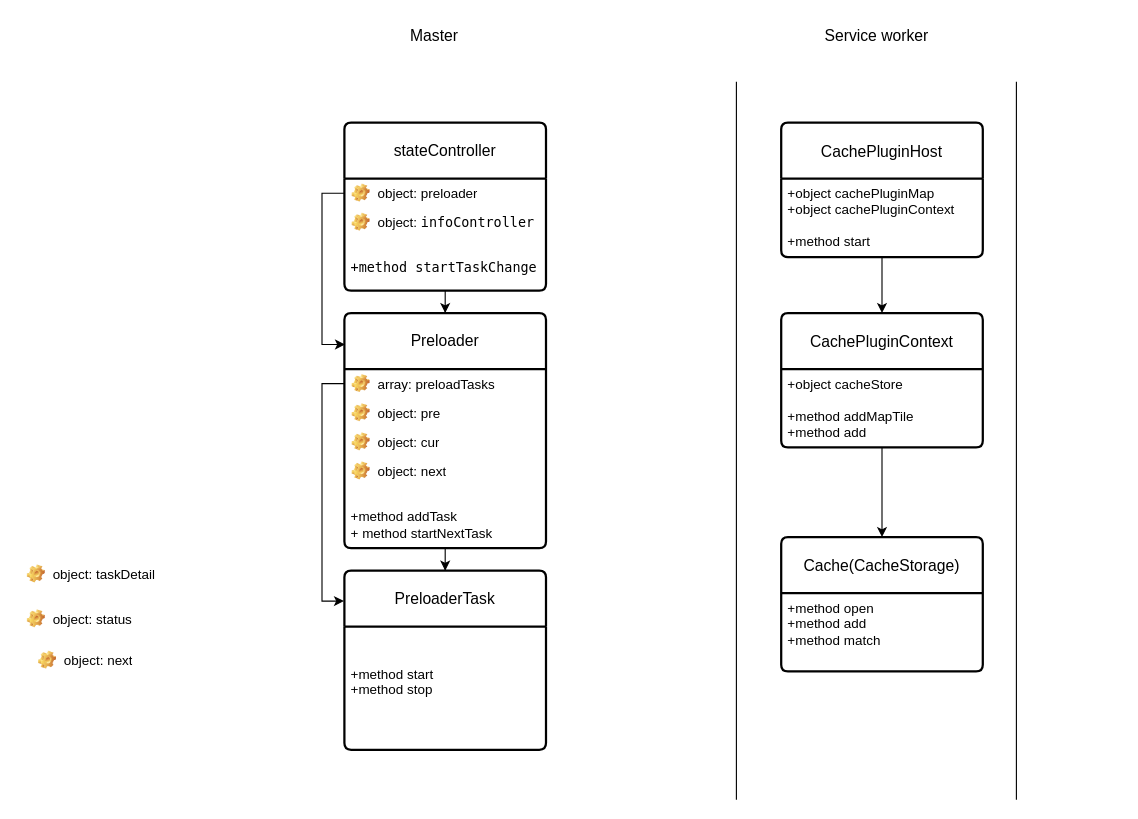
Before: 预加载梳理.drawio in chaijinsong/draw.io, a draw.io diagram. Source tidied: cells renumbered, new cells numbered last; positions are measured from the earlier drawing's top-left corner, leaving out a move shared by most shapes. Both pictures are drawn from the tidied source at 112%, with x=0, y=0 at pixel (19, 19).
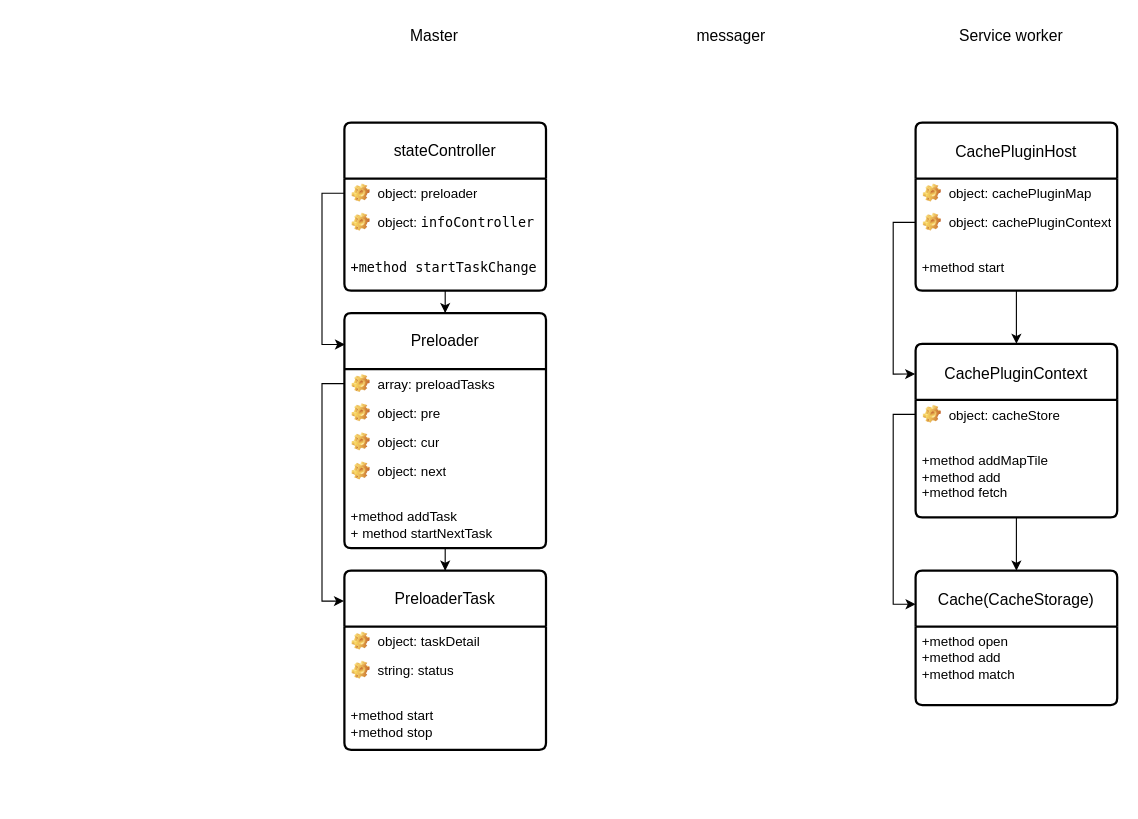
After the change.

Commit message:
更新预加载梳理.drawio

The change refers to these unchanged cells:
```xml
<mxCell id="15" value="PreloaderTask" style="swimlane;horizontal=1;startSize=50;rounded=1;fontSize=14;fontStyle=0;strokeWidth=2;shadow=0;dashed=0;align=center;arcSize=4;whiteSpace=wrap;html=1;" parent="1" vertex="1">
  <mxGeometry x="290" y="492" width="180" height="160" as="geometry" />
</mxCell>
```

Diff of the diagram source:
```diff
@@
-    <mxCell id="2" style="shape=partialRectangle;whiteSpace=wrap;html=1;top=0;bottom=0;fillColor=none;" parent="1" vertex="1">
-      <mxGeometry x="640" y="56" width="250" height="640" as="geometry" />
-    </mxCell>
@@
+    <mxCell id="29" value="&lt;span style=&quot;white-space: pre;&quot;&gt;object: taskDetail&lt;/span&gt;" style="label;fontStyle=0;strokeColor=none;fillColor=none;align=left;verticalAlign=top;overflow=hidden;spacingLeft=28;spacingRight=4;imageWidth=16;imageHeight=16;whiteSpace=wrap;html=1;image=img/clipart/Gear_128x128.png;" parent="15" vertex="1">
+      <mxGeometry y="50" width="180" height="26" as="geometry" />
+    </mxCell>
+    <mxCell id="30" value="&lt;span style=&quot;white-space: pre;&quot;&gt;string: status&lt;/span&gt;" style="label;fontStyle=0;strokeColor=none;fillColor=none;align=left;verticalAlign=top;overflow=hidden;spacingLeft=28;spacingRight=4;imageWidth=16;imageHeight=16;whiteSpace=wrap;html=1;image=img/clipart/Gear_128x128.png;" parent="15" vertex="1">
+      <mxGeometry y="76" width="180" height="26" as="geometry" />
+    </mxCell>
-    <mxCell id="16" value="&lt;br&gt;&lt;div&gt;&lt;br&gt;&lt;/div&gt;&lt;div&gt;+method start&lt;/div&gt;&lt;div&gt;+method stop&lt;/div&gt;" style="align=left;strokeColor=none;fillColor=none;spacingLeft=4;fontSize=12;verticalAlign=top;html=1;" parent="15" vertex="1">
-      <mxGeometry y="50" width="180" height="110" as="geometry" />
+    <mxCell id="16" value="&lt;div&gt;&lt;br&gt;&lt;/div&gt;&lt;div&gt;+method start&lt;/div&gt;&lt;div&gt;+method stop&lt;/div&gt;" style="align=left;strokeColor=none;fillColor=none;spacingLeft=4;fontSize=12;verticalAlign=top;html=1;" parent="15" vertex="1">
+      <mxGeometry y="102" width="180" height="58" as="geometry" />
     </mxCell>
@@
     <mxCell id="18" value="&lt;div style=&quot;line-height: 18px; white-space: pre;&quot;&gt;&lt;font face=&quot;Helvetica&quot; style=&quot;background-color: rgb(255, 255, 255); font-size: 14px;&quot;&gt;CachePluginHost&lt;/font&gt;&lt;/div&gt;" style="swimlane;horizontal=1;startSize=50;rounded=1;fontSize=14;fontStyle=0;strokeWidth=2;shadow=0;dashed=0;align=center;arcSize=4;whiteSpace=wrap;html=1;" parent="1" vertex="1">
-      <mxGeometry x="680" y="92" width="180" height="120" as="geometry" />
+      <mxGeometry x="800" y="92" width="180" height="150" as="geometry" />
     </mxCell>
+    <mxCell id="32" value="object:&amp;nbsp;&lt;span style=&quot;text-wrap: nowrap;&quot;&gt;cachePluginMap&lt;/span&gt;" style="label;fontStyle=0;strokeColor=none;fillColor=none;align=left;verticalAlign=top;overflow=hidden;spacingLeft=28;spacingRight=4;imageWidth=16;imageHeight=16;whiteSpace=wrap;html=1;image=img/clipart/Gear_128x128.png;" parent="18" vertex="1">
+      <mxGeometry y="50" width="180" height="26" as="geometry" />
+    </mxCell>
+    <mxCell id="33" value="object:&amp;nbsp;&lt;span style=&quot;text-wrap: nowrap;&quot;&gt;cachePluginContext&lt;/span&gt;" style="label;fontStyle=0;strokeColor=none;fillColor=none;align=left;verticalAlign=top;overflow=hidden;spacingLeft=28;spacingRight=4;points=[[0,0.5],[1,0.5]];portConstraint=eastwest;imageWidth=16;imageHeight=16;whiteSpace=wrap;html=1;image=img/clipart/Gear_128x128.png;" parent="18" vertex="1">
+      <mxGeometry y="76" width="180" height="26" as="geometry" />
+    </mxCell>
-    <mxCell id="19" value="+object cachePluginMap&lt;div&gt;+object cachePluginContext&lt;/div&gt;&lt;div&gt;&lt;br&gt;&lt;/div&gt;&lt;div&gt;+method start&lt;/div&gt;" style="align=left;strokeColor=none;fillColor=none;spacingLeft=4;fontSize=12;verticalAlign=top;html=1;" parent="18" vertex="1">
-      <mxGeometry y="50" width="180" height="70" as="geometry" />
+    <mxCell id="19" value="&lt;div&gt;&lt;br&gt;&lt;/div&gt;&lt;div&gt;+method start&lt;/div&gt;" style="align=left;strokeColor=none;fillColor=none;spacingLeft=4;fontSize=12;verticalAlign=top;html=1;" parent="18" vertex="1">
+      <mxGeometry y="102" width="180" height="48" as="geometry" />
     </mxCell>
@@
     <mxCell id="21" value="&lt;div style=&quot;line-height: 18px; white-space: pre;&quot;&gt;&lt;font face=&quot;Helvetica&quot; style=&quot;background-color: rgb(255, 255, 255); font-size: 14px;&quot;&gt;CachePluginContext&lt;/font&gt;&lt;/div&gt;" style="swimlane;horizontal=1;startSize=50;rounded=1;fontSize=14;fontStyle=0;strokeWidth=2;shadow=0;dashed=0;align=center;arcSize=4;whiteSpace=wrap;html=1;" parent="1" vertex="1">
-      <mxGeometry x="680" y="262" width="180" height="120" as="geometry" />
+      <mxGeometry x="800" y="289.5" width="180" height="155" as="geometry" />
     </mxCell>
+    <mxCell id="34" value="object:&amp;nbsp;&lt;span style=&quot;text-wrap: nowrap;&quot;&gt;cacheStore&lt;/span&gt;" style="label;fontStyle=0;strokeColor=none;fillColor=none;align=left;verticalAlign=top;overflow=hidden;spacingLeft=28;spacingRight=4;points=[[0,0.5],[1,0.5]];portConstraint=eastwest;imageWidth=16;imageHeight=16;whiteSpace=wrap;html=1;image=img/clipart/Gear_128x128.png;" parent="21" vertex="1">
+      <mxGeometry y="50" width="180" height="26" as="geometry" />
+    </mxCell>
-    <mxCell id="22" value="&lt;div&gt;+object cacheStore&lt;/div&gt;&lt;div&gt;&lt;br&gt;&lt;/div&gt;&lt;div&gt;+method addMapTile&lt;/div&gt;&lt;div&gt;+method add&lt;/div&gt;&lt;div&gt;&lt;br&gt;&lt;/div&gt;&lt;div&gt;&lt;br&gt;&lt;/div&gt;" style="align=left;strokeColor=none;fillColor=none;spacingLeft=4;fontSize=12;verticalAlign=top;html=1;" parent="21" vertex="1">
-      <mxGeometry y="50" width="180" height="70" as="geometry" />
+    <mxCell id="22" value="&lt;div&gt;&lt;br&gt;&lt;/div&gt;&lt;div&gt;+method addMapTile&lt;/div&gt;&lt;div&gt;+method add&lt;/div&gt;&lt;div&gt;+method fetch&lt;/div&gt;&lt;div&gt;&lt;br&gt;&lt;/div&gt;" style="align=left;strokeColor=none;fillColor=none;spacingLeft=4;fontSize=12;verticalAlign=top;html=1;" parent="21" vertex="1">
+      <mxGeometry y="76" width="180" height="79" as="geometry" />
     </mxCell>
     <mxCell id="23" value="&lt;div style=&quot;line-height: 18px; white-space: pre;&quot;&gt;&lt;font face=&quot;Helvetica&quot; style=&quot;background-color: rgb(255, 255, 255); font-size: 14px;&quot;&gt;Cache(CacheStorage)&lt;/font&gt;&lt;/div&gt;" style="swimlane;horizontal=1;startSize=50;rounded=1;fontSize=14;fontStyle=0;strokeWidth=2;shadow=0;dashed=0;align=center;arcSize=4;whiteSpace=wrap;html=1;" parent="1" vertex="1">
-      <mxGeometry x="680" y="462" width="180" height="120" as="geometry" />
+      <mxGeometry x="800" y="492" width="180" height="120" as="geometry" />
     </mxCell>
@@
     <mxCell id="26" value="&lt;font style=&quot;font-size: 14px;&quot;&gt;Service worker&lt;/font&gt;" style="text;html=1;align=center;verticalAlign=middle;strokeColor=none;fillColor=none;" parent="1" vertex="1">
-      <mxGeometry x="705" width="120" height="30" as="geometry" />
+      <mxGeometry x="825" width="120" height="30" as="geometry" />
     </mxCell>
@@
-    <mxCell id="29" value="&lt;span style=&quot;white-space: pre;&quot;&gt;object: taskDetail&lt;/span&gt;" style="label;fontStyle=0;strokeColor=none;fillColor=none;align=left;verticalAlign=top;overflow=hidden;spacingLeft=28;spacingRight=4;imageWidth=16;imageHeight=16;whiteSpace=wrap;html=1;image=img/clipart/Gear_128x128.png;" parent="1" vertex="1">
-      <mxGeometry y="482" width="180" height="26" as="geometry" />
-    </mxCell>
-    <mxCell id="30" value="&lt;span style=&quot;white-space: pre;&quot;&gt;object: status&lt;/span&gt;" style="label;fontStyle=0;strokeColor=none;fillColor=none;align=left;verticalAlign=top;overflow=hidden;spacingLeft=28;spacingRight=4;imageWidth=16;imageHeight=16;whiteSpace=wrap;html=1;image=img/clipart/Gear_128x128.png;" parent="1" vertex="1">
-      <mxGeometry y="522" width="180" height="26" as="geometry" />
-    </mxCell>
-    <mxCell id="31" value="&lt;span style=&quot;white-space: pre;&quot;&gt;object: next&lt;/span&gt;" style="label;fontStyle=0;strokeColor=none;fillColor=none;align=left;verticalAlign=top;overflow=hidden;spacingLeft=28;spacingRight=4;imageWidth=16;imageHeight=16;whiteSpace=wrap;html=1;image=img/clipart/Gear_128x128.png;" parent="1" vertex="1">
-      <mxGeometry x="10" y="559" width="180" height="26" as="geometry" />
-    </mxCell>
+    <mxCell id="35" style="edgeStyle=orthogonalEdgeStyle;rounded=0;jettySize=auto;html=1;exitX=0;exitY=0.5;exitDx=0;exitDy=0;entryX=-0.002;entryY=0.174;entryDx=0;entryDy=0;entryPerimeter=0;" parent="1" edge="1" source="33" target="21">
+      <mxGeometry relative="1" as="geometry" />
+    </mxCell>
+    <mxCell id="36" style="edgeStyle=orthogonalEdgeStyle;rounded=0;jettySize=auto;html=1;entryX=0;entryY=0.25;entryDx=0;entryDy=0;" parent="1" edge="1" source="34" target="23">
+      <mxGeometry relative="1" as="geometry" />
+    </mxCell>
+    <mxCell id="37" value="&lt;span style=&quot;font-size: 14px;&quot;&gt;messager&lt;/span&gt;" style="text;html=1;align=center;verticalAlign=middle;strokeColor=none;fillColor=none;" parent="1" vertex="1">
+      <mxGeometry x="595" width="80" height="30" as="geometry" />
+    </mxCell>
```
